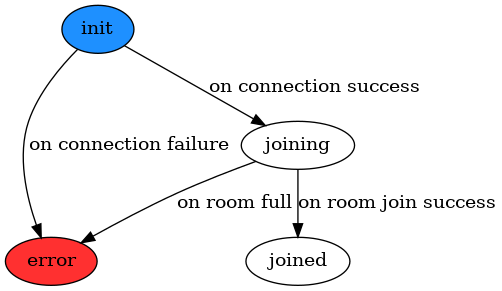
Earlier version of the Graphviz export signal-states.png (johndistasio/signals). Its source is kept beside it as signal-states.dot.
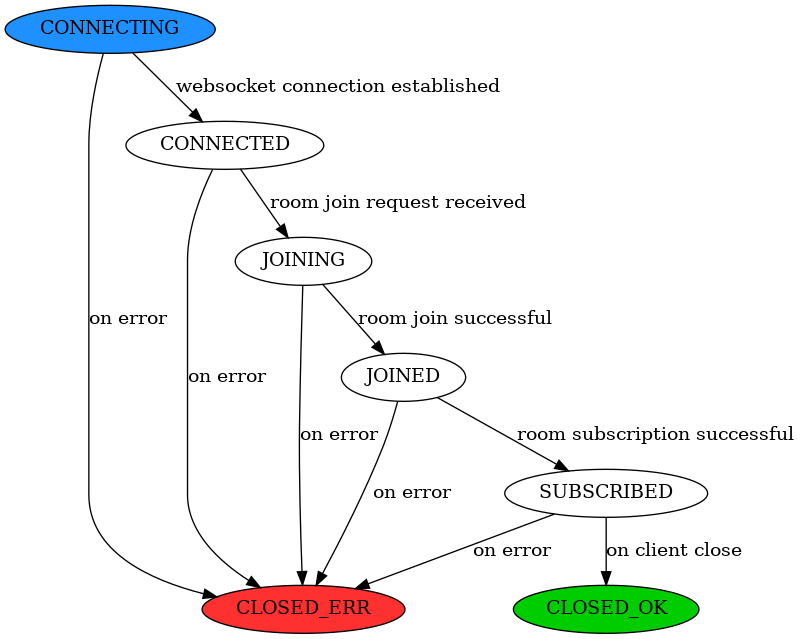
After the commit.

Commit message:
Improve state diagram and document state transition requirements

The edit, as a diff of the source:
```diff
@@ -1,11 +1,19 @@
 digraph signaling {
-  init [style="filled",fillcolor="dodgerblue"];
-  error [style="filled", fillcolor="firebrick1"];
+  CONNECTING [style="filled", fillcolor="dodgerblue"];
 
-  init -> joining [label="on connection success"];
-  init -> error [label="on connection failure"];
+  CLOSED_ERR [style="filled", fillcolor="firebrick1"];
 
-  joining -> error [label="on room full"];
+  CLOSED_OK [style="filled", fillcolor="green3"];
 
-  joining -> joined [label="on room join success"];
+  CONNECTING -> CONNECTED [label="websocket connection established"];
+
+  CONNECTED -> JOINING [label="room join request received"];
+
+  JOINING -> JOINED [label="room join successful"];
+
+  JOINED -> SUBSCRIBED [label="room subscription successful"];
+
+  {CONNECTING, CONNECTED, JOINING, JOINED, SUBSCRIBED} -> CLOSED_ERR [label="on error"];
+
+  SUBSCRIBED -> CLOSED_OK [label="on client close"];
 }
```
